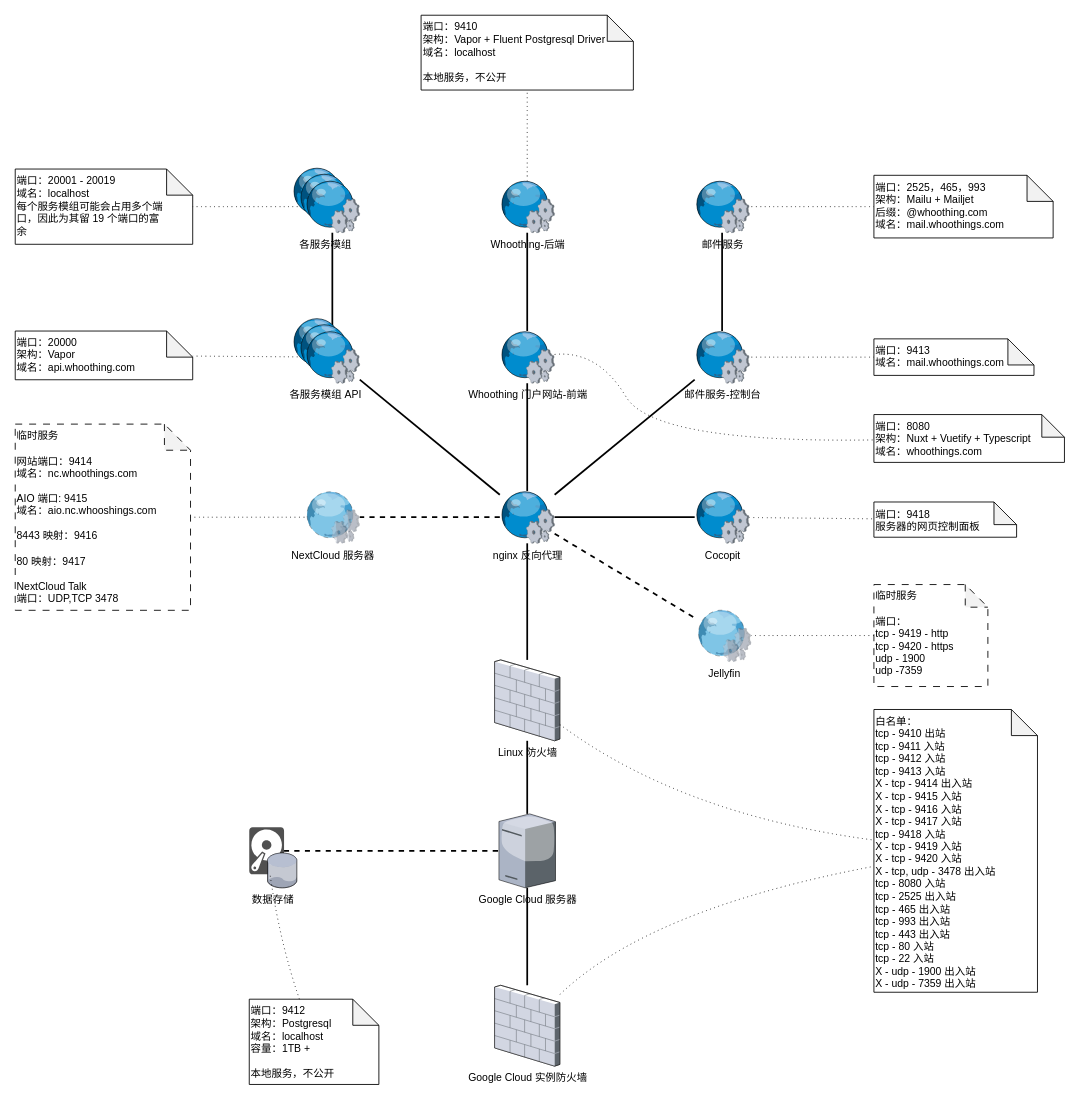
Before: page "4.云服务器-详细部署" (4 of 4) of raws/Diagrams/设计.drawio in Inspiral-SJJC/Inspiral, a draw.io diagram. Source tidied: cells renumbered, new cells numbered last; positions are measured from the earlier drawing's top-left corner, leaving out a move shared by most shapes. Both pictures are drawn from the tidied source at 87%, with x=0, y=0 at pixel (15, 15).
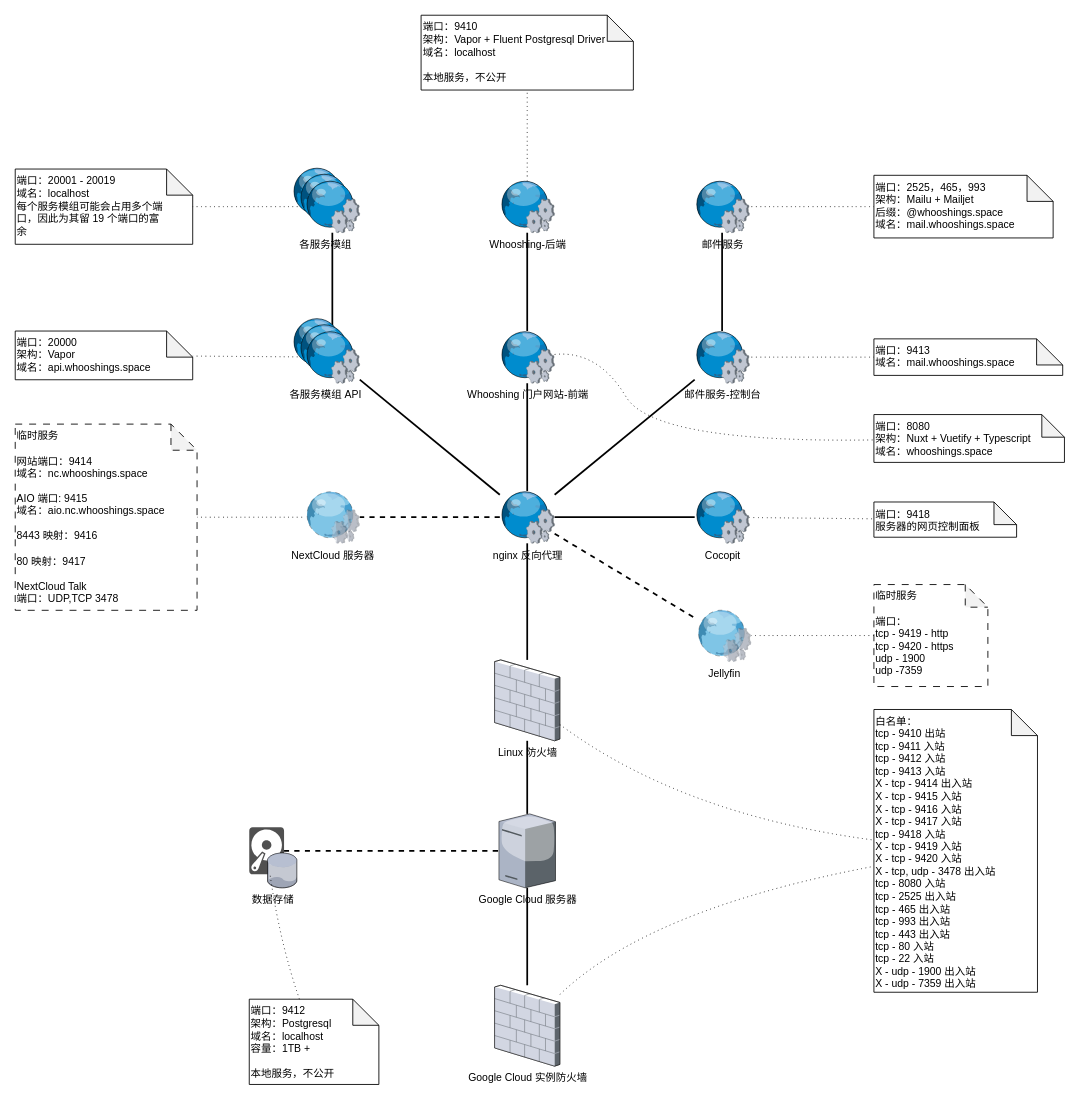
After the change.

Commit message (it also covers changes not shown here):
V0.2.1.6 更新 whoothing 为 whooshing

Diff of the diagram source:
```diff
@@
-    <mxCell id="6" value="Whoothing 门户网站-前端" style="verticalLabelPosition=bottom;sketch=0;html=1;verticalAlign=top;strokeColor=none;align=center;outlineConnect=0;shape=mxgraph.citrix.web_service;" parent="1" vertex="1">
+    <mxCell id="6" value="Whooshing 门户网站-前端" style="verticalLabelPosition=bottom;sketch=0;html=1;verticalAlign=top;strokeColor=none;align=center;outlineConnect=0;shape=mxgraph.citrix.web_service;" parent="1" vertex="1">
       <mxGeometry x="557" y="363" width="63" height="60" as="geometry" />
     </mxCell>
@@
-    <mxCell id="8" value="Whoothing-后端" style="verticalLabelPosition=bottom;sketch=0;html=1;verticalAlign=top;strokeColor=none;align=center;outlineConnect=0;shape=mxgraph.citrix.web_service;" parent="1" vertex="1">
+    <mxCell id="8" value="Whooshing-后端" style="verticalLabelPosition=bottom;sketch=0;html=1;verticalAlign=top;strokeColor=none;align=center;outlineConnect=0;shape=mxgraph.citrix.web_service;" parent="1" vertex="1">
       <mxGeometry x="557" y="190" width="63" height="60" as="geometry" />
     </mxCell>
@@
-    <mxCell id="18" value="端口：8080&lt;div&gt;架构：Nuxt + Vuetify + Typescript&lt;/div&gt;&lt;div&gt;域名：whoothings.com&lt;/div&gt;" style="shape=note;whiteSpace=wrap;html=1;backgroundOutline=1;darkOpacity=0.05;align=left;verticalAlign=top;spacingRight=30;size=26;" parent="1" vertex="1">
+    <mxCell id="18" value="端口：8080&lt;div&gt;架构：Nuxt + Vuetify + Typescript&lt;/div&gt;&lt;div&gt;域名：whooshings.space&lt;/div&gt;" style="shape=note;whiteSpace=wrap;html=1;backgroundOutline=1;darkOpacity=0.05;align=left;verticalAlign=top;spacingRight=30;size=26;" parent="1" vertex="1">
       <mxGeometry x="987" y="459" width="219" height="55" as="geometry" />
     </mxCell>
@@
-    <mxCell id="22" value="端口：20000&lt;div&gt;架构：Vapor&lt;/div&gt;&lt;div&gt;域名：api.whoothing.com&lt;/div&gt;" style="shape=note;whiteSpace=wrap;html=1;backgroundOutline=1;darkOpacity=0.05;align=left;verticalAlign=top;spacingRight=30;" parent="1" vertex="1">
+    <mxCell id="22" value="端口：20000&lt;div&gt;架构：Vapor&lt;/div&gt;&lt;div&gt;域名：api.whooshings.space&lt;/div&gt;" style="shape=note;whiteSpace=wrap;html=1;backgroundOutline=1;darkOpacity=0.05;align=left;verticalAlign=top;spacingRight=30;" parent="1" vertex="1">
       <mxGeometry y="363" width="204" height="56" as="geometry" />
     </mxCell>
@@
-    <mxCell id="30" value="端口：9413&lt;div&gt;域名：mail.whoothings.com&lt;/div&gt;" style="shape=note;whiteSpace=wrap;html=1;backgroundOutline=1;darkOpacity=0.05;align=left;verticalAlign=top;spacingRight=30;" parent="1" vertex="1">
-      <mxGeometry x="987" y="372" width="184" height="42" as="geometry" />
+    <mxCell id="30" value="端口：9413&lt;div&gt;域名：mail.whooshings.space&lt;/div&gt;" style="shape=note;whiteSpace=wrap;html=1;backgroundOutline=1;darkOpacity=0.05;align=left;verticalAlign=top;spacingRight=30;" parent="1" vertex="1">
+      <mxGeometry x="987" y="372" width="217" height="42" as="geometry" />
     </mxCell>
@@
-    <mxCell id="35" value="端口：2525，465，993&lt;div&gt;架构：Mailu + Mailjet&lt;/div&gt;&lt;div&gt;后缀：&lt;span style=&quot;background-color: initial;&quot;&gt;@whoothing.com&lt;/span&gt;&lt;/div&gt;&lt;div&gt;域名：mail.whoothings.com&lt;/div&gt;" style="shape=note;whiteSpace=wrap;html=1;backgroundOutline=1;darkOpacity=0.05;align=left;verticalAlign=top;spacingRight=30;" parent="1" vertex="1">
+    <mxCell id="35" value="端口：2525，465，993&lt;div&gt;架构：Mailu + Mailjet&lt;/div&gt;&lt;div&gt;后缀：&lt;span style=&quot;background-color: initial;&quot;&gt;@whooshings.space&lt;/span&gt;&lt;/div&gt;&lt;div&gt;域名：mail.whooshings.space&lt;/div&gt;" style="shape=note;whiteSpace=wrap;html=1;backgroundOutline=1;darkOpacity=0.05;align=left;verticalAlign=top;spacingRight=30;" parent="1" vertex="1">
       <mxGeometry x="987" y="184" width="206" height="72" as="geometry" />
     </mxCell>
@@
-    <mxCell id="38" value="&lt;div&gt;临时服务&lt;/div&gt;&lt;div&gt;&lt;br&gt;&lt;/div&gt;网站端口：9414&lt;div&gt;&lt;div&gt;域名：nc.whoothings.com&lt;/div&gt;&lt;div&gt;&lt;br&gt;&lt;/div&gt;&lt;div&gt;AIO 端口: 9415&lt;/div&gt;&lt;div&gt;域名：aio.nc.whooshings.com&lt;/div&gt;&lt;div&gt;&lt;br&gt;&lt;/div&gt;&lt;div&gt;8443 映射：&lt;span style=&quot;background-color: initial;&quot;&gt;9416&lt;/span&gt;&lt;/div&gt;&lt;div&gt;&lt;br&gt;&lt;/div&gt;&lt;div&gt;80 映射：9417&lt;/div&gt;&lt;div&gt;&lt;br&gt;&lt;/div&gt;&lt;div&gt;NextCloud Talk&lt;/div&gt;&lt;div&gt;端口：UDP,TCP 3478&lt;/div&gt;&lt;/div&gt;" style="shape=note;whiteSpace=wrap;html=1;backgroundOutline=1;darkOpacity=0.05;align=left;verticalAlign=top;spacingRight=30;dashed=1;dashPattern=8 8;" parent="1" vertex="1">
-      <mxGeometry y="470" width="201.5" height="214" as="geometry" />
+    <mxCell id="38" value="&lt;div&gt;临时服务&lt;/div&gt;&lt;div&gt;&lt;br&gt;&lt;/div&gt;网站端口：9414&lt;div&gt;&lt;div&gt;域名：nc.whooshings.space&lt;/div&gt;&lt;div&gt;&lt;br&gt;&lt;/div&gt;&lt;div&gt;AIO 端口: 9415&lt;/div&gt;&lt;div&gt;域名：aio.nc.whooshings.space&lt;/div&gt;&lt;div&gt;&lt;br&gt;&lt;/div&gt;&lt;div&gt;8443 映射：&lt;span style=&quot;background-color: initial;&quot;&gt;9416&lt;/span&gt;&lt;/div&gt;&lt;div&gt;&lt;br&gt;&lt;/div&gt;&lt;div&gt;80 映射：9417&lt;/div&gt;&lt;div&gt;&lt;br&gt;&lt;/div&gt;&lt;div&gt;NextCloud Talk&lt;/div&gt;&lt;div&gt;端口：UDP,TCP 3478&lt;/div&gt;&lt;/div&gt;" style="shape=note;whiteSpace=wrap;html=1;backgroundOutline=1;darkOpacity=0.05;align=left;verticalAlign=top;spacingRight=30;dashed=1;dashPattern=8 8;" parent="1" vertex="1">
+      <mxGeometry y="470" width="209" height="214" as="geometry" />
     </mxCell>
```
